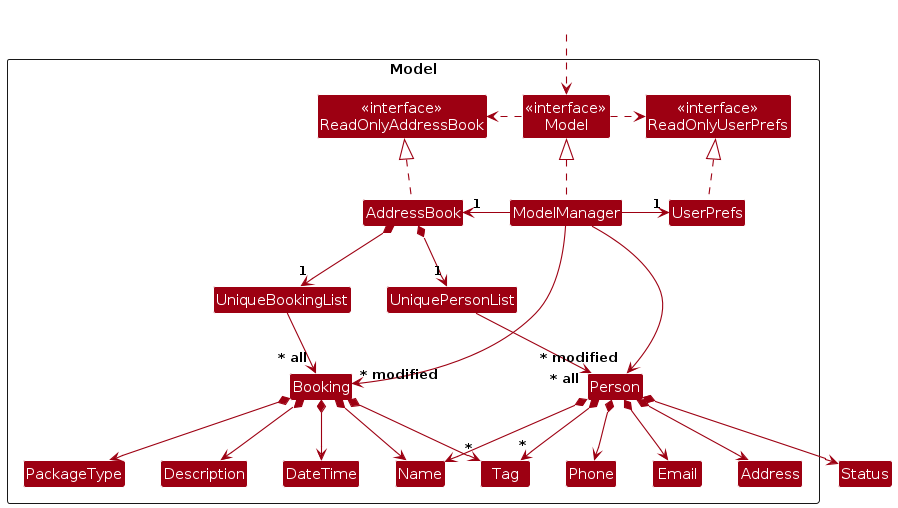
Above: diagrams/ModelClassDiagram.png in AY2526S1-CS2103T-T08-1/tp (PlantUML), before the change. Its source is kept beside it as diagrams/ModelClassDiagram.puml.
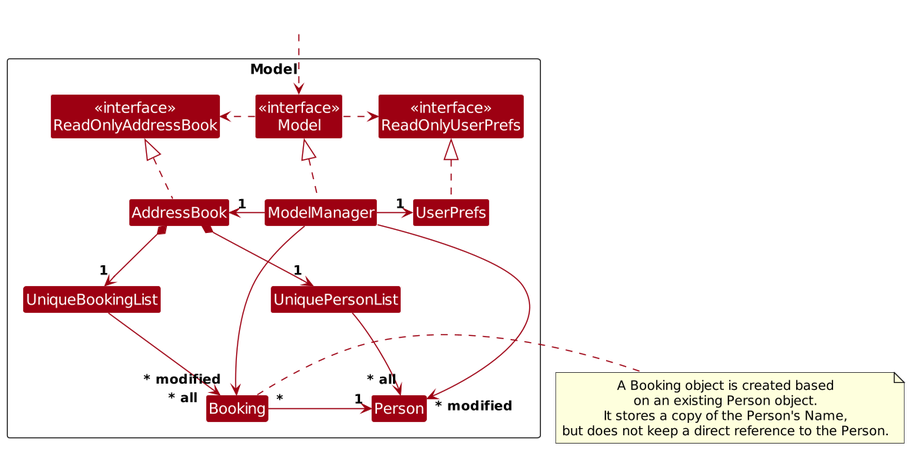
Later version of the same file.

Diff of the diagram source:
```diff
@@ -3,6 +3,7 @@
 skinparam arrowThickness 1.1
 skinparam arrowColor MODEL_COLOR
 skinparam classBackgroundColor MODEL_COLOR
+scale 1.3
 
 Package Model as ModelPackage <<Rectangle>>{
 Class "<<interface>>\nReadOnlyAddressBook" as ReadOnlyAddressBook
@@ -15,17 +16,7 @@
 Class UniquePersonList
 Class UniqueBookingList
 Class Person
-Class Address
-Class Email
-Class Name
-Class Phone
-Class Tag
-Class Booking {
-    isDone : Boolean
-}
-Class Description
-Class DateTime
-Enum PackageType
+Class Booking
 
 Class I #FFFFFF
 }
@@ -44,31 +35,28 @@
 
 AddressBook *--> "1" UniquePersonList
 AddressBook *--> "1" UniqueBookingList
+AddressBook *-[hidden]-> Booking
+
 UniqueBookingList -down-> "~* all" Booking
+
+UniquePersonList -[hidden]down-> "~* all" Person
 UniquePersonList -down-> "~* all" Person
+UniquePersonList -[hidden]down-> Booking
 
-Booking *-down-> PackageType
-Booking *-down-> Description
-Booking *-down-> DateTime
-Booking *-down-> "*" Tag
-Booking *-down-> Name
+Booking "*"-right-> "1" Person
+note right of Booking
+  A Booking object is created based
+  on an existing Person object.
+  It stores a copy of the Person's Name,
+  but does not keep a direct reference to the Person.
+end note
 
-Person *-down-> Name
-Person *-down-> Phone
-Person *-down-> Email
-Person *-down-> Address
-Person *-down-> Status
-Person *-down-> "*" Tag
 
-ModelManager -down-> "~* modified" Booking
+
+
+ModelManager -[hidden]down-> "~* modified" Person
 ModelManager -down-> "~* modified" Person
-
-PackageType -[hidden]right-> Description
-Description -[hidden]right-> DateTime
-DateTime -[hidden]right-> Name
-Name -[hidden]right-> Phone
-Phone -[hidden]right-> Email
-Email -[hidden]right-> Address
+ModelManager --> "~* modified" Booking
 
 Person -[hidden]up-> I
 UniquePersonList -[hidden]right-> I
```
